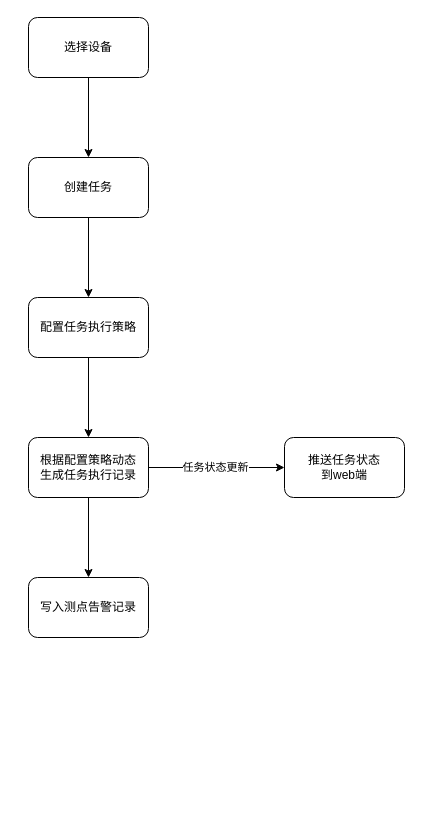
This is 宜宾任务流程.drawio from wangyufei0807/draw, a draw.io file, before an edit. Source tidied: cells renumbered, new cells numbered last; positions are measured from the earlier drawing's top-left corner, leaving out a move shared by most shapes. Both pictures are drawn from the tidied source at 100%, with x=0, y=0 at pixel (28, 17).
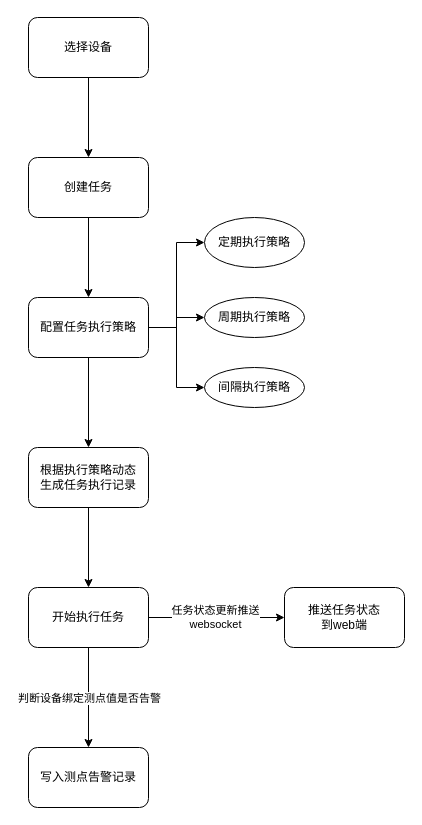
After the change.

Commit message (it also covers changes not shown here):
更新宜宾任务流程.drawio

The change refers to these unchanged cells:
```xml
<mxCell id="7" value="配置任务执行策略" style="whiteSpace=wrap;html=1;rounded=1;" parent="1" vertex="1">
  <mxGeometry y="280" width="120" height="60" as="geometry" />
</mxCell>
```

The edit, as a diff of the source:
```diff
@@
+    <mxCell id="14" style="edgeStyle=orthogonalEdgeStyle;rounded=0;jettySize=auto;html=1;entryX=0;entryY=0.5;entryDx=0;entryDy=0;" parent="1" edge="1" source="7" target="19">
+      <mxGeometry relative="1" as="geometry" />
+    </mxCell>
+    <mxCell id="15" style="edgeStyle=orthogonalEdgeStyle;rounded=0;jettySize=auto;html=1;" parent="1" edge="1" source="7" target="20">
+      <mxGeometry relative="1" as="geometry" />
+    </mxCell>
+    <mxCell id="16" style="edgeStyle=orthogonalEdgeStyle;rounded=0;jettySize=auto;html=1;entryX=0;entryY=0.5;entryDx=0;entryDy=0;" parent="1" edge="1" source="7" target="21">
+      <mxGeometry relative="1" as="geometry" />
+    </mxCell>
@@
-    <mxCell id="8" style="edgeStyle=orthogonalEdgeStyle;rounded=0;jettySize=auto;html=1;" parent="1" edge="1" source="11" target="12">
+    <mxCell id="8" style="edgeStyle=orthogonalEdgeStyle;rounded=0;jettySize=auto;html=1;exitX=1;exitY=0.5;exitDx=0;exitDy=0;" parent="1" edge="1" source="13" target="12">
       <mxGeometry relative="1" as="geometry" />
     </mxCell>
-    <mxCell id="9" value="任务状态更新" style="edgeLabel;html=1;align=center;verticalAlign=middle;" parent="8" vertex="1">
+    <mxCell id="9" value="任务状态更新推送&lt;br&gt;websocket" style="edgeLabel;html=1;align=center;verticalAlign=middle;" parent="8" vertex="1">
       <mxGeometry x="-0.03" y="1" relative="1" as="geometry" />
     </mxCell>
@@
-    <mxCell id="11" value="根据配置策略动态&lt;br&gt;生成任务执行记录" style="whiteSpace=wrap;html=1;rounded=1;" parent="1" vertex="1">
-      <mxGeometry y="420" width="120" height="60" as="geometry" />
+    <mxCell id="11" value="根据执行策略动态&lt;br&gt;生成任务执行记录" style="whiteSpace=wrap;html=1;rounded=1;" parent="1" vertex="1">
+      <mxGeometry y="430" width="120" height="60" as="geometry" />
     </mxCell>
     <mxCell id="12" value="推送任务状态&lt;br&gt;到web端" style="whiteSpace=wrap;html=1;rounded=1;" parent="1" vertex="1">
-      <mxGeometry x="256" y="420" width="120" height="60" as="geometry" />
+      <mxGeometry x="256" y="570" width="120" height="60" as="geometry" />
     </mxCell>
+    <mxCell id="17" style="edgeStyle=orthogonalEdgeStyle;rounded=0;jettySize=auto;html=1;" parent="1" edge="1" source="13" target="22">
+      <mxGeometry relative="1" as="geometry" />
+    </mxCell>
+    <mxCell id="18" value="判断设备绑定测点值是否告警" style="edgeLabel;html=1;align=center;verticalAlign=middle;" parent="17" vertex="1">
+      <mxGeometry relative="1" as="geometry" />
+    </mxCell>
-    <mxCell id="13" value="写入测点告警记录" style="whiteSpace=wrap;html=1;rounded=1;" parent="1" vertex="1">
-      <mxGeometry y="560" width="120" height="60" as="geometry" />
+    <mxCell id="13" value="开始执行任务" style="whiteSpace=wrap;html=1;rounded=1;" parent="1" vertex="1">
+      <mxGeometry y="570" width="120" height="60" as="geometry" />
     </mxCell>
+    <mxCell id="19" value="定期执行策略" style="ellipse;whiteSpace=wrap;html=1;rounded=1;" parent="1" vertex="1">
+      <mxGeometry x="176" y="200" width="100" height="50" as="geometry" />
+    </mxCell>
+    <mxCell id="20" value="周期执行策略" style="ellipse;whiteSpace=wrap;html=1;rounded=1;" parent="1" vertex="1">
+      <mxGeometry x="176" y="280" width="100" height="40" as="geometry" />
+    </mxCell>
+    <mxCell id="21" value="间隔执行策略" style="ellipse;whiteSpace=wrap;html=1;rounded=1;" parent="1" vertex="1">
+      <mxGeometry x="176" y="350" width="100" height="40" as="geometry" />
+    </mxCell>
+    <mxCell id="22" value="写入测点告警记录" style="whiteSpace=wrap;html=1;rounded=1;" parent="1" vertex="1">
+      <mxGeometry y="730" width="120" height="60" as="geometry" />
+    </mxCell>
```
